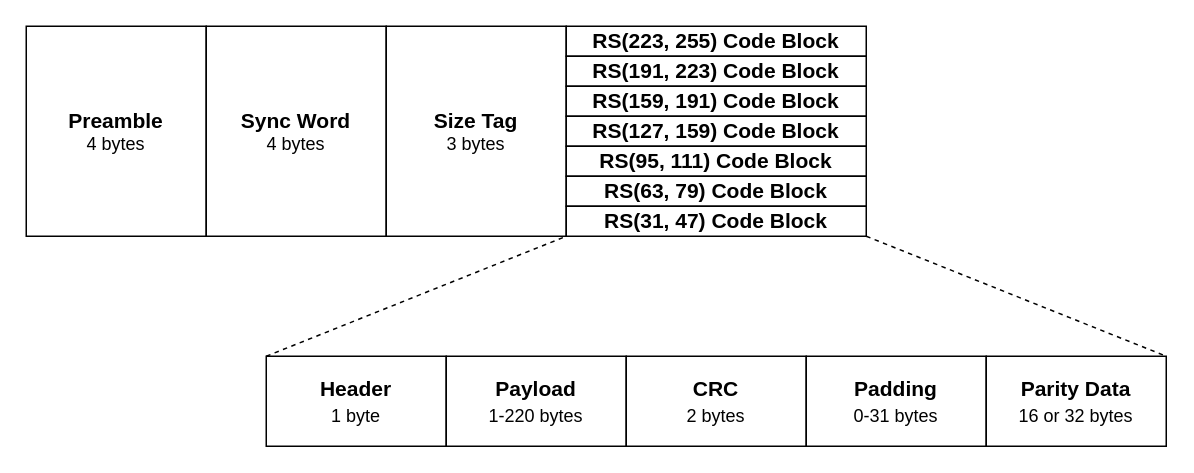
Before: docs/ngham-pkt.drawio in mgm8/pyngham, a draw.io diagram. Source tidied: cells renumbered, new cells numbered last; positions are measured from the earlier drawing's top-left corner, leaving out a move shared by most shapes. Both pictures are drawn from the tidied source at 150%, with x=0, y=0 at pixel (26, 26).
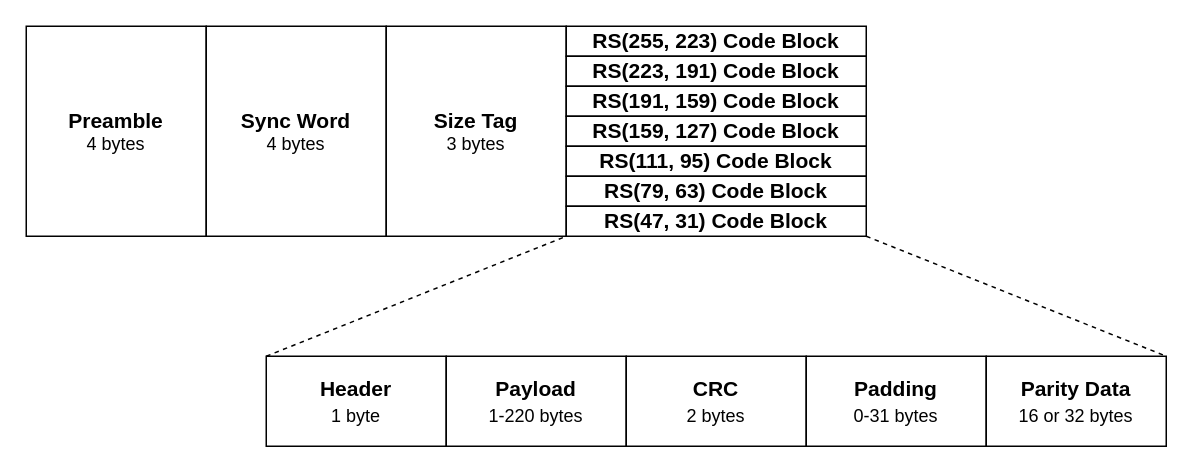
After the change.

Commit message (it also covers changes not shown here):
docs: Adding a brief description of the NGHam protocol

The edit, as a diff of the source:
```diff
@@
 <mxGraphModel>
   <root>
     <mxCell id="0" />
     <mxCell id="1" parent="0" />
     <mxCell id="2" value="&lt;b&gt;&lt;font style=&quot;font-size: 14px&quot;&gt;Preamble&lt;/font&gt;&lt;/b&gt;&lt;br&gt;4 bytes" style="rounded=0;whiteSpace=wrap;html=1;" parent="1" vertex="1">
       <mxGeometry width="120" height="140" as="geometry" />
     </mxCell>
     <mxCell id="3" value="&lt;font style=&quot;font-size: 14px&quot;&gt;&lt;b&gt;Sync Word&lt;/b&gt;&lt;/font&gt;&lt;br&gt;4 bytes" style="rounded=0;whiteSpace=wrap;html=1;" parent="1" vertex="1">
       <mxGeometry x="120" width="120" height="140" as="geometry" />
     </mxCell>
     <mxCell id="4" value="&lt;font style=&quot;font-size: 14px&quot;&gt;&lt;b&gt;Size Tag&lt;/b&gt;&lt;/font&gt;&lt;br&gt;3 bytes" style="rounded=0;whiteSpace=wrap;html=1;" parent="1" vertex="1">
       <mxGeometry x="240" width="120" height="140" as="geometry" />
     </mxCell>
-    <mxCell id="5" value="RS(223, 255) Code Block" style="rounded=0;whiteSpace=wrap;html=1;fontSize=14;fontStyle=1;" parent="1" vertex="1">
+    <mxCell id="5" value="RS(255, 223) Code Block" style="rounded=0;whiteSpace=wrap;html=1;fontSize=14;fontStyle=1;" parent="1" vertex="1">
       <mxGeometry x="360" width="200" height="20" as="geometry" />
     </mxCell>
-    <mxCell id="6" value="RS(191, 223) Code Block" style="rounded=0;whiteSpace=wrap;html=1;fontSize=14;fontStyle=1;" parent="1" vertex="1">
+    <mxCell id="6" value="RS(223, 191) Code Block" style="rounded=0;whiteSpace=wrap;html=1;fontSize=14;fontStyle=1;" parent="1" vertex="1">
       <mxGeometry x="360" y="20" width="200" height="20" as="geometry" />
     </mxCell>
-    <mxCell id="7" value="RS(159, 191) Code Block" style="rounded=0;whiteSpace=wrap;html=1;fontSize=14;fontStyle=1;" parent="1" vertex="1">
+    <mxCell id="7" value="RS(191, 159) Code Block" style="rounded=0;whiteSpace=wrap;html=1;fontSize=14;fontStyle=1;" parent="1" vertex="1">
       <mxGeometry x="360" y="40" width="200" height="20" as="geometry" />
     </mxCell>
-    <mxCell id="8" value="RS(127, 159) Code Block" style="rounded=0;whiteSpace=wrap;html=1;fontSize=14;fontStyle=1;" parent="1" vertex="1">
+    <mxCell id="8" value="RS(159, 127) Code Block" style="rounded=0;whiteSpace=wrap;html=1;fontSize=14;fontStyle=1;" parent="1" vertex="1">
       <mxGeometry x="360" y="60" width="200" height="20" as="geometry" />
     </mxCell>
-    <mxCell id="9" value="RS(95, 111) Code Block" style="rounded=0;whiteSpace=wrap;html=1;fontSize=14;fontStyle=1;" parent="1" vertex="1">
+    <mxCell id="9" value="RS(111, 95) Code Block" style="rounded=0;whiteSpace=wrap;html=1;fontSize=14;fontStyle=1;" parent="1" vertex="1">
       <mxGeometry x="360" y="80" width="200" height="20" as="geometry" />
     </mxCell>
-    <mxCell id="10" value="RS(63, 79) Code Block" style="rounded=0;whiteSpace=wrap;html=1;fontSize=14;fontStyle=1;" parent="1" vertex="1">
+    <mxCell id="10" value="RS(79, 63) Code Block" style="rounded=0;whiteSpace=wrap;html=1;fontSize=14;fontStyle=1;" parent="1" vertex="1">
       <mxGeometry x="360" y="100" width="200" height="20" as="geometry" />
     </mxCell>
-    <mxCell id="11" value="RS(31, 47) Code Block" style="rounded=0;whiteSpace=wrap;html=1;fontSize=14;fontStyle=1;" parent="1" vertex="1">
+    <mxCell id="11" value="RS(47, 31) Code Block" style="rounded=0;whiteSpace=wrap;html=1;fontSize=14;fontStyle=1;" parent="1" vertex="1">
       <mxGeometry x="360" y="120" width="200" height="20" as="geometry" />
     </mxCell>
     <mxCell id="12" value="&lt;b&gt;Header&lt;/b&gt;&lt;br&gt;&lt;font style=&quot;font-size: 12px&quot;&gt;1 byte&lt;/font&gt;" style="rounded=0;whiteSpace=wrap;html=1;fontSize=14;" parent="1" vertex="1">
       <mxGeometry x="160" y="220" width="120" height="60" as="geometry" />
     </mxCell>
     <mxCell id="13" value="&lt;b&gt;Payload&lt;/b&gt;&lt;br&gt;&lt;span style=&quot;font-size: 12px&quot;&gt;1-220 bytes&lt;/span&gt;" style="rounded=0;whiteSpace=wrap;html=1;fontSize=14;" parent="1" vertex="1">
       <mxGeometry x="280" y="220" width="120" height="60" as="geometry" />
     </mxCell>
     <mxCell id="14" value="&lt;b&gt;CRC&lt;/b&gt;&lt;br&gt;&lt;span style=&quot;font-size: 12px&quot;&gt;2 bytes&lt;/span&gt;" style="rounded=0;whiteSpace=wrap;html=1;fontSize=14;" parent="1" vertex="1">
       <mxGeometry x="400" y="220" width="120" height="60" as="geometry" />
     </mxCell>
     <mxCell id="15" value="&lt;b&gt;Padding&lt;/b&gt;&lt;br&gt;&lt;span style=&quot;font-size: 12px&quot;&gt;0-31 bytes&lt;/span&gt;" style="rounded=0;whiteSpace=wrap;html=1;fontSize=14;" parent="1" vertex="1">
       <mxGeometry x="520" y="220" width="120" height="60" as="geometry" />
     </mxCell>
     <mxCell id="16" value="&lt;b&gt;Parity Data&lt;/b&gt;&lt;br&gt;&lt;span style=&quot;font-size: 12px&quot;&gt;16 or 32 bytes&lt;/span&gt;" style="rounded=0;whiteSpace=wrap;html=1;fontSize=14;" parent="1" vertex="1">
       <mxGeometry x="640" y="220" width="120" height="60" as="geometry" />
     </mxCell>
     <mxCell id="17" style="endArrow=none;dashed=1;html=1;rounded=0;fontSize=12;entryX=0;entryY=1;entryDx=0;entryDy=0;exitX=0;exitY=0;exitDx=0;exitDy=0;" parent="1" edge="1" source="12" target="11">
       <mxGeometry relative="1" as="geometry" />
     </mxCell>
     <mxCell id="18" style="endArrow=none;dashed=1;html=1;rounded=0;fontSize=12;exitX=1;exitY=1;exitDx=0;exitDy=0;entryX=1;entryY=0;entryDx=0;entryDy=0;" parent="1" edge="1" source="11" target="16">
       <mxGeometry relative="1" as="geometry" />
     </mxCell>
   </root>
 </mxGraphModel>
```
